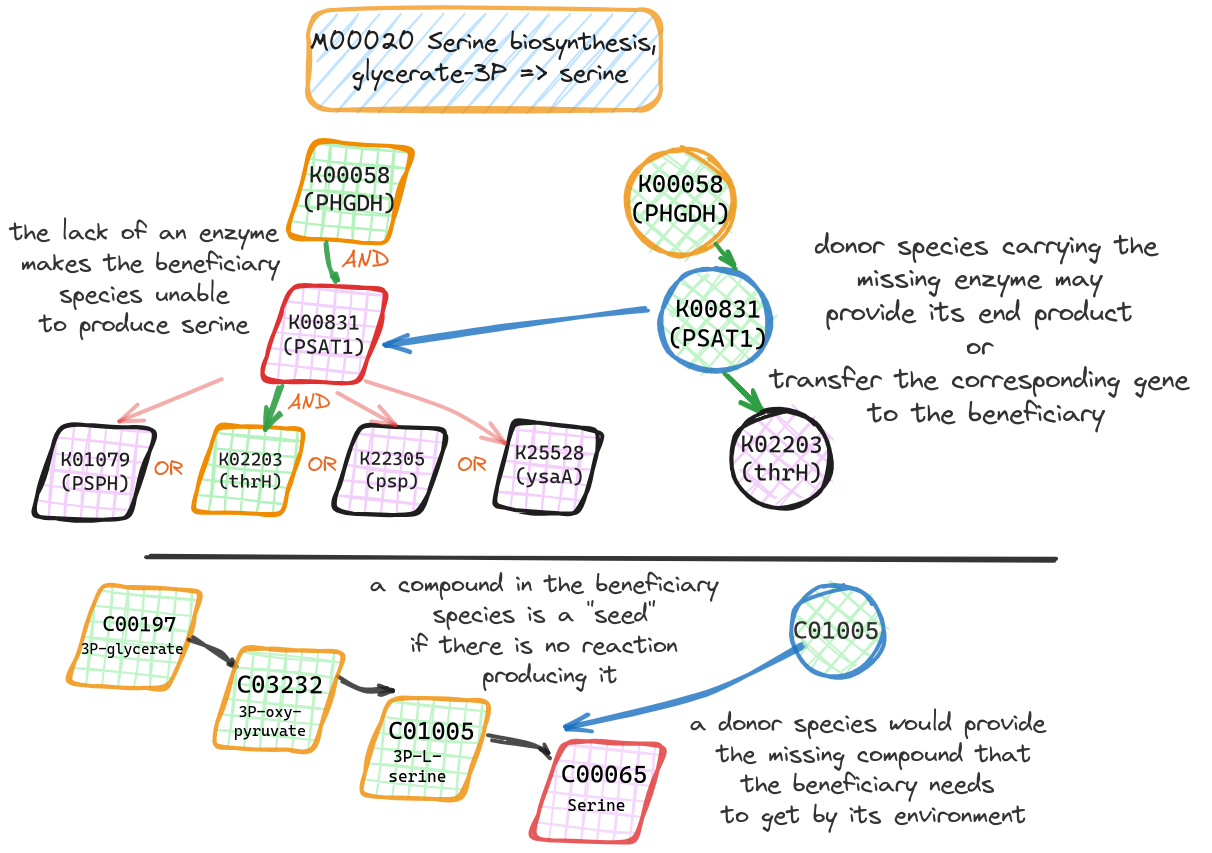
hariszaf/microbetag keeps this Excalidraw diagram as figs/path_complem.png. Above is the earlier version. Source tidied: one line per element, renumbered; positions are measured from the earlier drawing's top-left corner, leaving out a move shared by most shapes.
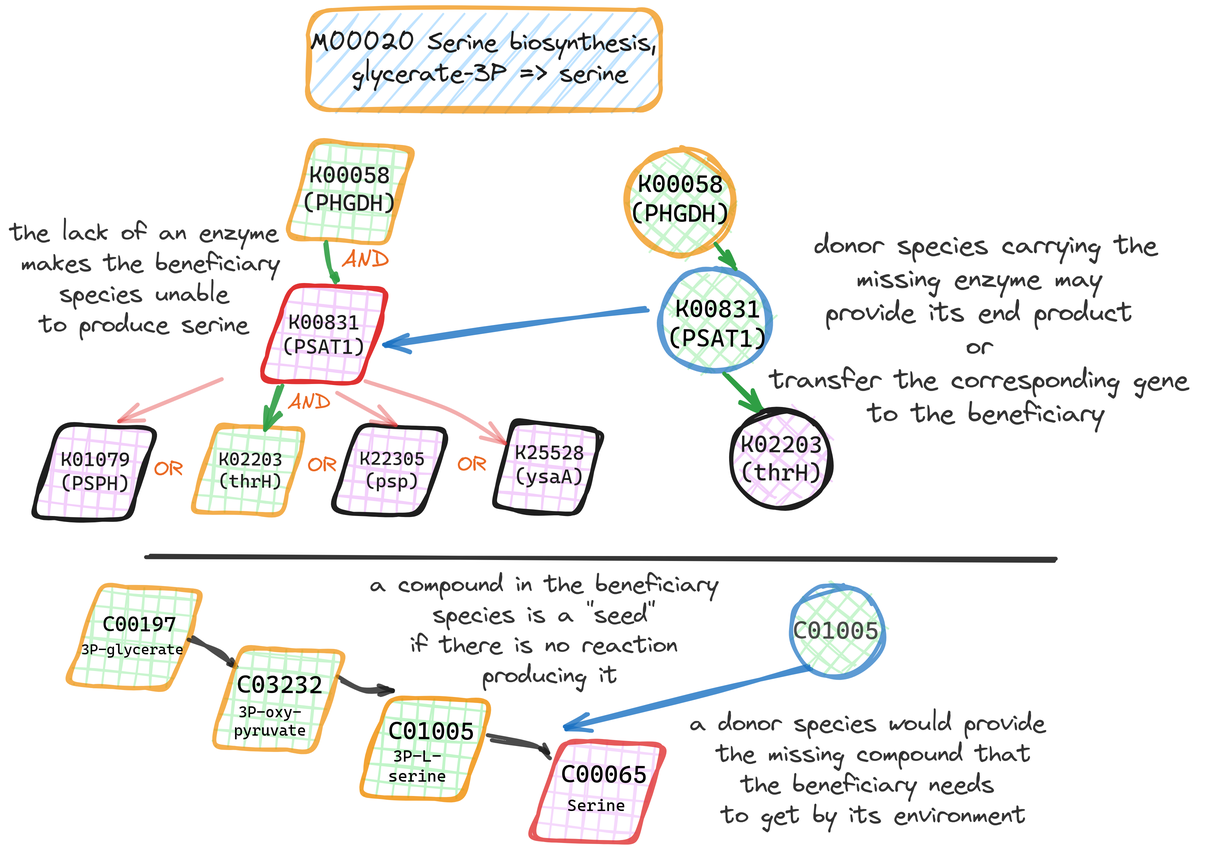
After the change.

Change to the diagram source:
```diff
@@ -1,19 +1,19 @@
-{"id": 0, "type": "diamond", "strokeColor": "#f08c00", "angle": 5.67, "backgroundColor": "#b2f2bb", "fillStyle": "cross-hatch", "strokeWidth": 4, "roughness": 2, "round": true, "x": 167, "y": 406, "width": 144, "height": 109}
+{"id": 0, "type": "diamond", "strokeColor": "#f08c00", "angle": 5.67, "backgroundColor": "#b2f2bb", "fillStyle": "cross-hatch", "strokeWidth": 4, "roughness": 2, "opacity": 70, "round": true, "x": 167, "y": 406, "width": 144, "height": 109}
 {"id": 1, "type": "text", "text": "K02203\n(thrH)", "strokeColor": "#1e1e1e", "angle": 0.01, "backgroundColor": "#b2f2bb", "fillStyle": "cross-hatch", "strokeWidth": 4, "roughness": 2, "fontSize": 18.35, "fontFamily": 3, "textAlign": "center", "x": 208, "y": 438, "width": 64, "height": 44}
 {"id": 2, "type": "diamond", "strokeColor": "#f08c00", "angle": 5.67, "backgroundColor": "#b2f2bb", "fillStyle": "cross-hatch", "strokeWidth": 4, "roughness": 2, "opacity": 80, "round": true, "x": 332, "y": 676, "width": 166, "height": 126}
 {"id": 3, "type": "text", "text": "3P-L-\nserine", "strokeColor": "#000000", "backgroundColor": "#f3d0fb", "fillStyle": "cross-hatch", "strokeWidth": 4, "roughness": 0, "fontSize": 16.6, "fontFamily": 3, "textAlign": "center", "x": 378, "y": 737, "width": 58, "height": 40}
 {"id": 4, "type": "text", "text": "C01005", "strokeColor": "#000000", "angle": 0.01, "backgroundColor": "#f3d0fb", "fillStyle": "cross-hatch", "strokeWidth": 4, "roughness": 2, "fontSize": 24.46, "fontFamily": 3, "textAlign": "center", "x": 378, "y": 706, "width": 86, "height": 29}
-{"id": 5, "type": "diamond", "strokeColor": "#f08c00", "angle": 5.67, "backgroundColor": "#b2f2bb", "fillStyle": "cross-hatch", "strokeWidth": 4, "roughness": 2, "opacity": 80, "round": true, "x": 42, "y": 565, "width": 166, "height": 126}
+{"id": 5, "type": "diamond", "strokeColor": "#f08c00", "angle": 5.67, "backgroundColor": "#b2f2bb", "fillStyle": "cross-hatch", "strokeWidth": 4, "roughness": 2, "opacity": 70, "round": true, "x": 42, "y": 565, "width": 166, "height": 126}
 {"id": 6, "type": "text", "text": "3P-glycerate", "strokeColor": "#000000", "backgroundColor": "#b2f2bb", "fillStyle": "cross-hatch", "strokeWidth": 4, "roughness": 0, "fontSize": 14.6, "fontFamily": 3, "textAlign": "center", "x": 71, "y": 630, "width": 103, "height": 18}
 {"id": 7, "type": "text", "text": "C00197", "strokeColor": "#000000", "angle": 0.01, "backgroundColor": "#b2f2bb", "fillStyle": "cross-hatch", "strokeWidth": 4, "roughness": 2, "fontSize": 20.93, "fontFamily": 3, "textAlign": "center", "x": 93, "y": 601, "width": 73, "height": 25}
 {"id": 8, "type": "diamond", "strokeColor": "#e03131", "angle": 5.67, "backgroundColor": "#f3d0fb", "fillStyle": "cross-hatch", "strokeWidth": 4, "roughness": 2, "opacity": 80, "round": true, "x": 505, "y": 719, "width": 166, "height": 126}
 {"id": 9, "type": "text", "text": "Serine", "strokeColor": "#000000", "backgroundColor": "#f3d0fb", "fillStyle": "cross-hatch", "strokeWidth": 4, "roughness": 0, "fontSize": 16.6, "fontFamily": 3, "textAlign": "center", "x": 557, "y": 786, "width": 58, "height": 20}
 {"id": 10, "type": "text", "text": "C00065", "strokeColor": "#000000", "angle": 0.01, "backgroundColor": "#f3d0fb", "fillStyle": "cross-hatch", "strokeWidth": 4, "roughness": 2, "fontSize": 24.46, "fontFamily": 3, "textAlign": "center", "x": 551, "y": 749, "width": 86, "height": 29}
 {"id": 11, "type": "line", "strokeColor": "#1e1e1e", "strokeWidth": 4, "roughness": 2, "opacity": 90, "round": true, "x": 137, "y": 545, "width": 908, "height": 6, "points": [[0, 0], [908, 6]]}
-{"id": 12, "type": "diamond", "strokeColor": "#f08c00", "angle": 5.67, "backgroundColor": "#b2f2bb", "fillStyle": "cross-hatch", "strokeWidth": 4, "roughness": 2, "round": true, "x": 262, "y": 118, "width": 156, "height": 128}
+{"id": 12, "type": "diamond", "strokeColor": "#f08c00", "angle": 5.67, "backgroundColor": "#b2f2bb", "fillStyle": "cross-hatch", "strokeWidth": 4, "roughness": 2, "opacity": 70, "round": true, "x": 262, "y": 118, "width": 156, "height": 128}
-{"id": 13, "type": "ellipse", "strokeColor": "#f08c00", "backgroundColor": "#b2f2bb", "fillStyle": "cross-hatch", "strokeWidth": 4, "roughness": 2, "opacity": 80, "round": true, "x": 617, "y": 139, "width": 107, "height": 107}
+{"id": 13, "type": "ellipse", "strokeColor": "#f08c00", "backgroundColor": "#b2f2bb", "fillStyle": "cross-hatch", "strokeWidth": 4, "roughness": 2, "opacity": 70, "round": true, "x": 617, "y": 139, "width": 107, "height": 107}
 {"id": 14, "type": "diamond", "strokeColor": "#e03131", "angle": 5.67, "backgroundColor": "#f3d0fb", "fillStyle": "cross-hatch", "strokeWidth": 4, "roughness": 2, "round": true, "x": 235, "y": 264, "width": 160, "height": 121}
-{"id": 15, "type": "ellipse", "strokeColor": "#1971c2", "backgroundColor": "#b2f2bb", "fillStyle": "cross-hatch", "strokeWidth": 4, "roughness": 2, "opacity": 80, "round": true, "x": 650, "y": 259, "width": 110, "height": 104}
+{"id": 15, "type": "ellipse", "strokeColor": "#1971c2", "backgroundColor": "#b2f2bb", "fillStyle": "cross-hatch", "strokeWidth": 4, "roughness": 2, "opacity": 70, "round": true, "x": 650, "y": 259, "width": 110, "height": 104}
 {"id": 16, "type": "diamond", "strokeColor": "#1e1e1e", "angle": 5.67, "backgroundColor": "#f3d0fb", "fillStyle": "cross-hatch", "strokeWidth": 4, "roughness": 2, "round": true, "x": 307, "y": 405, "width": 146, "height": 111}
 {"id": 17, "type": "diamond", "strokeColor": "#1e1e1e", "angle": 5.67, "backgroundColor": "#f3d0fb", "fillStyle": "cross-hatch", "strokeWidth": 4, "roughness": 2, "round": true, "x": 469, "y": 400, "width": 135, "height": 116}
 {"id": 18, "type": "text", "text": "AND", "strokeColor": "#e8590c", "backgroundColor": "#b2f2bb", "fillStyle": "cross-hatch", "strokeWidth": 4, "roughness": 2, "opacity": 90, "fontSize": 23.32, "fontFamily": 1, "textAlign": "center", "x": 331, "y": 236, "width": 48, "height": 29}
@@ -31,7 +31,7 @@
 {"id": 30, "type": "arrow", "strokeColor": "#e03131", "strokeWidth": 4, "roughness": 0, "opacity": 40, "endArrowhead": "arrow", "round": true, "from": 26, "to": 16, "x": 327, "y": 383, "width": 59, "height": 32, "points": [[0, 0], [59, 32]]}
 {"id": 31, "type": "arrow", "strokeColor": "#e03131", "strokeWidth": 4, "roughness": 0, "opacity": 40, "endArrowhead": "arrow", "round": true, "from": 14, "to": 47, "x": 356, "y": 371, "width": 140, "height": 62, "points": [[0, 0], [84, 29], [140, 62]]}
 {"id": 32, "type": "arrow", "strokeColor": "#1971c2", "backgroundColor": "#a5d8ff", "fillStyle": "cross-hatch", "strokeWidth": 4, "roughness": 2, "opacity": 80, "endArrowhead": "arrow", "round": true, "from": 15, "to": 14, "x": 637, "y": 301, "width": 258, "height": 32, "points": [[0, 0], [-141, 16], [-258, 32]]}
-{"id": 33, "type": "arrow", "strokeColor": "#1971c2", "backgroundColor": "#a5d8ff", "fillStyle": "cross-hatch", "strokeWidth": 4, "roughness": 2, "opacity": 80, "endArrowhead": "arrow", "round": true, "from": 53, "to": 8, "x": 794, "y": 638, "width": 235, "height": 81, "points": [[0, 0], [-95, 44], [-235, 81]]}
+{"id": 33, "type": "arrow", "strokeColor": "#1971c2", "backgroundColor": "#a5d8ff", "fillStyle": "cross-hatch", "strokeWidth": 4, "roughness": 2, "opacity": 80, "endArrowhead": "arrow", "round": true, "from": 52, "to": 8, "x": 800, "y": 660, "width": 240, "height": 59, "points": [[0, 0], [-101, 21], [-240, 59]]}
 {"id": 34, "type": "arrow", "strokeColor": "#1e1e1e", "backgroundColor": "#a5d8ff", "fillStyle": "cross-hatch", "strokeWidth": 4, "roughness": 2, "opacity": 80, "endArrowhead": "arrow", "round": true, "from": 7, "to": 44, "x": 180, "y": 629, "width": 43, "height": 28, "points": [[0, 0], [32, 15], [43, 28]]}
 {"id": 35, "type": "arrow", "strokeColor": "#1e1e1e", "backgroundColor": "#a5d8ff", "fillStyle": "cross-hatch", "strokeWidth": 4, "roughness": 2, "opacity": 80, "endArrowhead": "arrow", "round": true, "from": 44, "to": 2, "x": 329, "y": 669, "width": 51, "height": 12, "points": [[0, 0], [25, 12], [51, 11]]}
 {"id": 36, "type": "arrow", "strokeColor": "#1e1e1e", "backgroundColor": "#a5d8ff", "fillStyle": "cross-hatch", "strokeWidth": 4, "roughness": 2, "opacity": 80, "endArrowhead": "arrow", "round": true, "from": 4, "to": 10, "x": 480, "y": 727, "width": 60, "height": 20, "points": [[0, 0], [46, 9], [60, 20]]}
@@ -41,7 +41,7 @@
 {"id": 40, "type": "text", "text": "M00020 Serine biosynthesis, \nglycerate-3P => serine", "strokeColor": "#1e1e1e", "backgroundColor": "#a5d8ff", "fillStyle": "cross-hatch", "strokeWidth": 4, "roughness": 2, "fontSize": 24.86, "fontFamily": 1, "textAlign": "center", "x": 300, "y": 17, "width": 360, "height": 62}
 {"id": 41, "type": "text", "text": "K00058\n(PHGDH)", "strokeColor": "#1e1e1e", "angle": 0.01, "backgroundColor": "#a5d8ff", "fillStyle": "cross-hatch", "strokeWidth": 4, "roughness": 2, "fontSize": 23.16, "fontFamily": 3, "textAlign": "center", "x": 292, "y": 151, "width": 95, "height": 56}
 {"id": 42, "type": "text", "text": "K00831\n(PSAT1)", "strokeColor": "#1e1e1e", "angle": 0.01, "backgroundColor": "#a5d8ff", "fillStyle": "cross-hatch", "strokeWidth": 4, "roughness": 2, "fontSize": 20.42, "fontFamily": 3, "textAlign": "center", "x": 272, "y": 300, "width": 84, "height": 49}
-{"id": 43, "type": "diamond", "strokeColor": "#f08c00", "angle": 5.67, "backgroundColor": "#b2f2bb", "fillStyle": "cross-hatch", "strokeWidth": 4, "roughness": 2, "opacity": 80, "round": true, "x": 184, "y": 626, "width": 166, "height": 126}
+{"id": 43, "type": "diamond", "strokeColor": "#f08c00", "angle": 5.67, "backgroundColor": "#b2f2bb", "fillStyle": "cross-hatch", "strokeWidth": 4, "roughness": 2, "opacity": 70, "round": true, "x": 184, "y": 626, "width": 166, "height": 126}
 {"id": 44, "type": "text", "text": "C03232", "strokeColor": "#000000", "angle": 0.01, "backgroundColor": "#a5d8ff", "fillStyle": "cross-hatch", "strokeWidth": 4, "roughness": 2, "fontSize": 24.46, "fontFamily": 3, "textAlign": "center", "x": 227, "y": 660, "width": 86, "height": 29}
 {"id": 45, "type": "text", "text": "3P-oxy-\npyruvate", "strokeColor": "#000000", "backgroundColor": "#f3d0fb", "fillStyle": "cross-hatch", "strokeWidth": 4, "roughness": 0, "fontSize": 15.44, "fontFamily": 3, "textAlign": "center", "x": 224, "y": 693, "width": 72, "height": 37}
 {"id": 46, "type": "text", "text": "K22305\n(psp)", "strokeColor": "#1e1e1e", "angle": 0.01, "backgroundColor": "#a5d8ff", "fillStyle": "cross-hatch", "strokeWidth": 4, "roughness": 2, "fontSize": 18.63, "fontFamily": 3, "textAlign": "center", "x": 349, "y": 437, "width": 65, "height": 45}
@@ -50,7 +50,7 @@
 {"id": 49, "type": "text", "text": "K01079\n(PSPH)", "strokeColor": "#1e1e1e", "angle": 0.01, "backgroundColor": "#f3d0fb", "fillStyle": "cross-hatch", "strokeWidth": 4, "roughness": 2, "fontSize": 19.84, "fontFamily": 3, "textAlign": "center", "x": 50, "y": 438, "width": 70, "height": 48}
 {"id": 50, "type": "ellipse", "strokeColor": "#1e1e1e", "backgroundColor": "#f3d0fb", "fillStyle": "cross-hatch", "strokeWidth": 4, "roughness": 2, "round": true, "x": 720, "y": 399, "width": 99, "height": 100}
 {"id": 51, "type": "text", "text": "K02203\n(thrH)", "strokeColor": "#1e1e1e", "angle": 0.01, "backgroundColor": "#b2f2bb", "fillStyle": "cross-hatch", "strokeWidth": 4, "roughness": 2, "fontSize": 23.45, "fontFamily": 3, "textAlign": "center", "x": 730, "y": 419, "width": 82, "height": 56}
-{"id": 52, "type": "ellipse", "strokeColor": "#1971c2", "backgroundColor": "#b2f2bb", "fillStyle": "cross-hatch", "strokeWidth": 4, "roughness": 2, "opacity": 80, "round": true, "x": 779, "y": 575, "width": 93, "height": 93}
+{"id": 52, "type": "ellipse", "strokeColor": "#1971c2", "backgroundColor": "#b2f2bb", "fillStyle": "cross-hatch", "strokeWidth": 4, "roughness": 2, "opacity": 70, "round": true, "x": 779, "y": 575, "width": 93, "height": 93}
-{"id": 53, "type": "text", "text": "C01005", "strokeColor": "#000000", "angle": 0.01, "backgroundColor": "#f3d0fb", "fillStyle": "cross-hatch", "strokeWidth": 4, "roughness": 2, "opacity": 80, "fontSize": 24.46, "fontFamily": 3, "textAlign": "center", "x": 783, "y": 606, "width": 86, "height": 29}
+{"id": 53, "type": "text", "text": "C01005", "strokeColor": "#000000", "angle": 0.01, "backgroundColor": "#f3d0fb", "fillStyle": "cross-hatch", "strokeWidth": 4, "roughness": 2, "opacity": 70, "fontSize": 24.46, "fontFamily": 3, "textAlign": "center", "x": 783, "y": 606, "width": 86, "height": 29}
 {"id": 54, "type": "text", "text": "K00831\n(PSAT1)", "strokeColor": "#000000", "angle": 0.01, "backgroundColor": "#f3d0fb", "fillStyle": "cross-hatch", "strokeWidth": 4, "roughness": 2, "fontSize": 24.46, "fontFamily": 3, "textAlign": "center", "x": 658, "y": 284, "width": 100, "height": 59}
 {"id": 55, "type": "text", "text": "K00058\n(PHGDH)", "strokeColor": "#000000", "angle": 0.01, "backgroundColor": "#f3d0fb", "fillStyle": "cross-hatch", "strokeWidth": 4, "roughness": 2, "fontSize": 24.46, "fontFamily": 3, "textAlign": "center", "x": 620, "y": 160, "width": 100, "height": 59}
```
